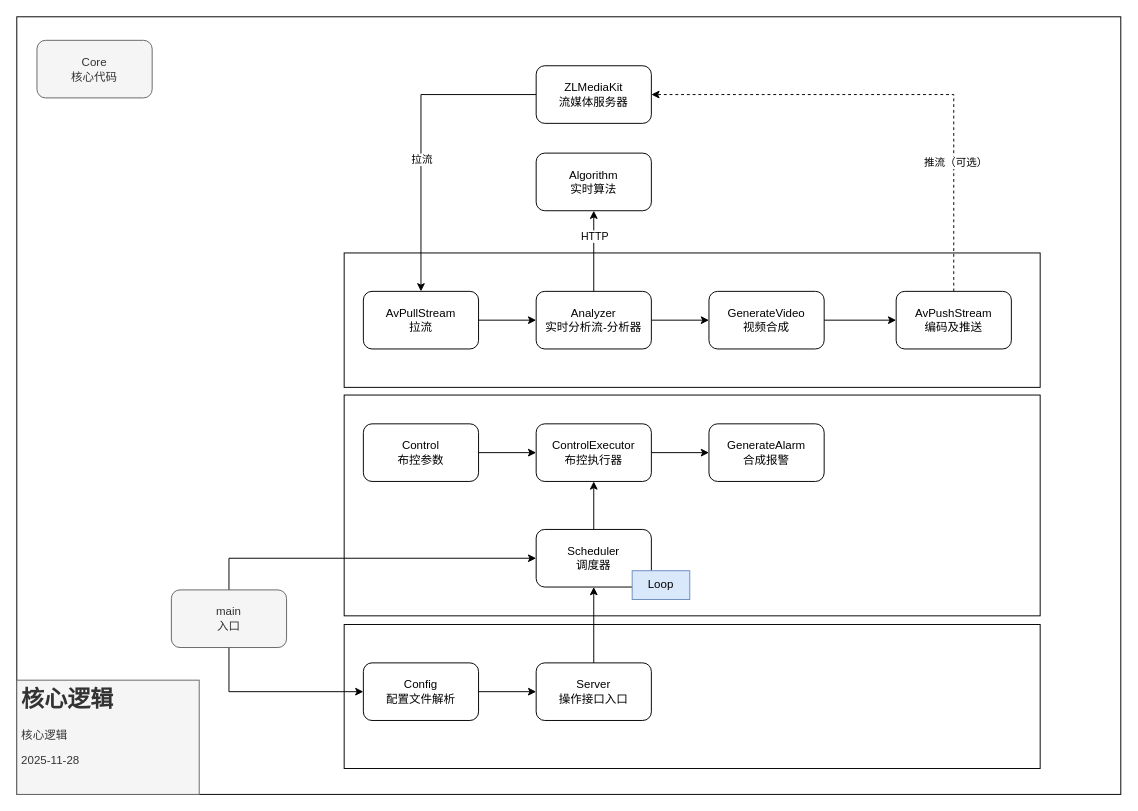
Before: page "Analyzer核心代码分析" (2 of 4) of 视频行为分析.drawio in ChenWes/BXC_VideoAnalyzer_v2, a draw.io diagram. Source tidied: cells renumbered, new cells numbered last; positions are measured from the earlier drawing's top-left corner, leaving out a move shared by most shapes. Both pictures are drawn from the tidied source at 96%, with x=0, y=0 at pixel (16, 16).
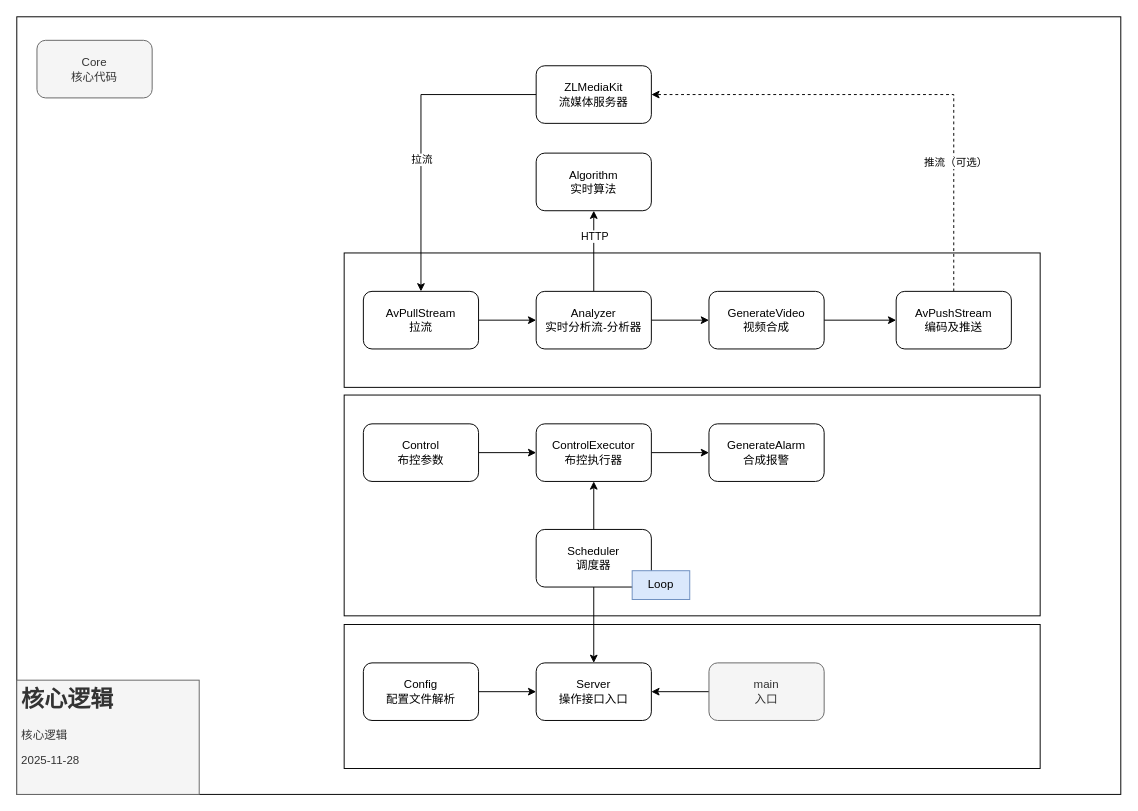
Above is the later version.

Unchanged cells that the change refers to:
```xml
<mxCell id="16" value="Config&lt;br&gt;配置文件解析" style="rounded=1;whiteSpace=wrap;html=1;" parent="1" vertex="1">
  <mxGeometry x="361" y="673" width="120" height="60" as="geometry" />
</mxCell>
<mxCell id="24" value="Scheduler&lt;br&gt;调度器" style="rounded=1;whiteSpace=wrap;html=1;" parent="1" vertex="1">
  <mxGeometry x="541" y="534" width="120" height="60" as="geometry" />
</mxCell>
<mxCell id="26" value="Server&lt;br&gt;操作接口入口" style="rounded=1;whiteSpace=wrap;html=1;" parent="1" vertex="1">
  <mxGeometry x="541" y="673" width="120" height="60" as="geometry" />
</mxCell>
```

Diff of the diagram source:
```diff
@@
+    <mxCell id="38" style="edgeStyle=orthogonalEdgeStyle;rounded=0;jettySize=auto;html=1;entryX=0.5;entryY=0;entryDx=0;entryDy=0;" parent="1" edge="1" source="24" target="26">
+      <mxGeometry relative="1" as="geometry" />
+    </mxCell>
@@
-    <mxCell id="25" style="edgeStyle=orthogonalEdgeStyle;rounded=0;jettySize=auto;html=1;entryX=0.5;entryY=1;entryDx=0;entryDy=0;" parent="1" edge="1" source="26" target="24">
-      <mxGeometry relative="1" as="geometry" />
-    </mxCell>
@@
-    <mxCell id="27" style="edgeStyle=orthogonalEdgeStyle;rounded=0;jettySize=auto;html=1;entryX=0;entryY=0.5;entryDx=0;entryDy=0;exitX=0.5;exitY=1;exitDx=0;exitDy=0;" parent="1" edge="1" source="29" target="16">
-      <mxGeometry relative="1" as="geometry" />
-    </mxCell>
-    <mxCell id="28" style="edgeStyle=orthogonalEdgeStyle;rounded=0;jettySize=auto;html=1;entryX=0;entryY=0.5;entryDx=0;entryDy=0;exitX=0.5;exitY=0;exitDx=0;exitDy=0;" parent="1" edge="1" source="29" target="24">
-      <mxGeometry relative="1" as="geometry" />
-    </mxCell>
+    <mxCell id="39" style="edgeStyle=orthogonalEdgeStyle;rounded=0;jettySize=auto;html=1;entryX=1;entryY=0.5;entryDx=0;entryDy=0;" parent="1" edge="1" source="29" target="26">
+      <mxGeometry relative="1" as="geometry" />
+    </mxCell>
     <mxCell id="29" value="main&lt;br&gt;入口" style="rounded=1;whiteSpace=wrap;html=1;fillColor=#f5f5f5;fontColor=#333333;strokeColor=#666666;" parent="1" vertex="1">
-      <mxGeometry x="161" y="597" width="120" height="60" as="geometry" />
+      <mxGeometry x="721" y="673" width="120" height="60" as="geometry" />
     </mxCell>
```
